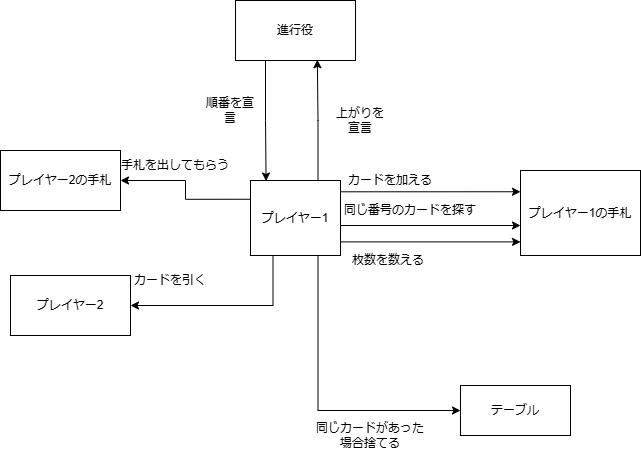
Above: work6-4.drawio.png in kenboasakura/why_java (draw.io), before the change. Source tidied: cells renumbered, new cells last; positions are measured from the earlier drawing's top-left corner, leaving out a move shared by most shapes.
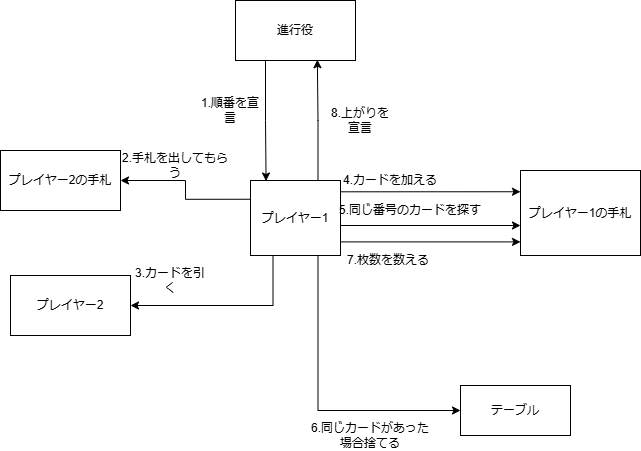
After the commit.

Diff of the diagram source:
```diff
@@ -43,7 +43,7 @@
     <mxCell id="12" style="edgeStyle=orthogonalEdgeStyle;rounded=0;orthogonalLoop=1;jettySize=auto;html=1;exitX=0.5;exitY=1;exitDx=0;exitDy=0;" parent="1" edge="1" source="9" target="9">
       <mxGeometry relative="1" as="geometry" />
     </mxCell>
-    <mxCell id="13" value="同じカードがあった場合捨てる" style="text;html=1;align=center;verticalAlign=middle;whiteSpace=wrap;rounded=0;" parent="1" vertex="1">
+    <mxCell id="13" value="6.同じカードがあった場合捨てる" style="text;html=1;align=center;verticalAlign=middle;whiteSpace=wrap;rounded=0;" parent="1" vertex="1">
       <mxGeometry x="310" y="420" width="120" height="30" as="geometry" />
     </mxCell>
     <mxCell id="14" style="edgeStyle=orthogonalEdgeStyle;rounded=0;jettySize=auto;html=1;exitX=0.25;exitY=1;exitDx=0;exitDy=0;entryX=0.173;entryY=0.007;entryDx=0;entryDy=0;entryPerimeter=0;" parent="1" edge="1" source="8" target="7">
@@ -52,19 +52,19 @@
     <mxCell id="15" style="edgeStyle=orthogonalEdgeStyle;rounded=0;jettySize=auto;html=1;exitX=0.75;exitY=0;exitDx=0;exitDy=0;entryX=0.682;entryY=0.987;entryDx=0;entryDy=0;entryPerimeter=0;" parent="1" edge="1" source="7" target="8">
       <mxGeometry relative="1" as="geometry" />
     </mxCell>
-    <mxCell id="16" value="順番を宣言" style="text;html=1;align=center;verticalAlign=middle;whiteSpace=wrap;rounded=0;" parent="1" vertex="1">
+    <mxCell id="16" value="1.順番を宣言" style="text;html=1;align=center;verticalAlign=middle;whiteSpace=wrap;rounded=0;" parent="1" vertex="1">
       <mxGeometry x="200" y="50" width="60" height="120" as="geometry" />
     </mxCell>
-    <mxCell id="17" value="上がりを宣言" style="text;html=1;align=center;verticalAlign=middle;whiteSpace=wrap;rounded=0;" parent="1" vertex="1">
+    <mxCell id="17" value="8.上がりを宣言" style="text;html=1;align=center;verticalAlign=middle;whiteSpace=wrap;rounded=0;" parent="1" vertex="1">
       <mxGeometry x="330" y="60" width="60" height="120" as="geometry" />
     </mxCell>
-    <mxCell id="18" value="カードを加える" style="text;html=1;align=center;verticalAlign=middle;whiteSpace=wrap;rounded=0;" parent="1" vertex="1">
+    <mxCell id="18" value="4.カードを加える" style="text;html=1;align=center;verticalAlign=middle;whiteSpace=wrap;rounded=0;" parent="1" vertex="1">
       <mxGeometry x="330" y="165" width="120" height="30" as="geometry" />
     </mxCell>
-    <mxCell id="19" value="枚数を数える" style="text;html=1;align=center;verticalAlign=middle;whiteSpace=wrap;rounded=0;" parent="1" vertex="1">
+    <mxCell id="19" value="7.枚数を数える" style="text;html=1;align=center;verticalAlign=middle;whiteSpace=wrap;rounded=0;" parent="1" vertex="1">
       <mxGeometry x="340" y="245" width="96" height="30" as="geometry" />
     </mxCell>
-    <mxCell id="20" value="同じ番号のカードを探す" style="text;html=1;align=center;verticalAlign=middle;whiteSpace=wrap;rounded=0;" parent="1" vertex="1">
+    <mxCell id="20" value="5.同じ番号のカードを探す" style="text;html=1;align=center;verticalAlign=middle;whiteSpace=wrap;rounded=0;" parent="1" vertex="1">
       <mxGeometry x="330" y="195" width="160" height="30" as="geometry" />
     </mxCell>
     <mxCell id="21" style="edgeStyle=orthogonalEdgeStyle;rounded=0;jettySize=auto;html=1;exitX=1;exitY=0.75;exitDx=0;exitDy=0;entryX=0;entryY=0.84;entryDx=0;entryDy=0;entryPerimeter=0;" parent="1" edge="1" source="7" target="9">
@@ -77,10 +77,10 @@
     <mxCell id="22" value="プレイヤー2の手札" style="rounded=0;whiteSpace=wrap;html=1;" parent="1" vertex="1">
       <mxGeometry y="150" width="120" height="60" as="geometry" />
     </mxCell>
-    <mxCell id="23" value="カードを引く" style="text;html=1;align=center;verticalAlign=middle;whiteSpace=wrap;rounded=0;" parent="1" vertex="1">
+    <mxCell id="23" value="3.カードを引く" style="text;html=1;align=center;verticalAlign=middle;whiteSpace=wrap;rounded=0;" parent="1" vertex="1">
       <mxGeometry x="130" y="265" width="80" height="30" as="geometry" />
     </mxCell>
-    <mxCell id="24" value="手札を出してもらう" style="text;html=1;align=center;verticalAlign=middle;whiteSpace=wrap;rounded=0;" parent="1" vertex="1">
+    <mxCell id="24" value="2.手札を出してもらう" style="text;html=1;align=center;verticalAlign=middle;whiteSpace=wrap;rounded=0;" parent="1" vertex="1">
       <mxGeometry x="120" y="150" width="110" height="30" as="geometry" />
     </mxCell>
   </root>
```
